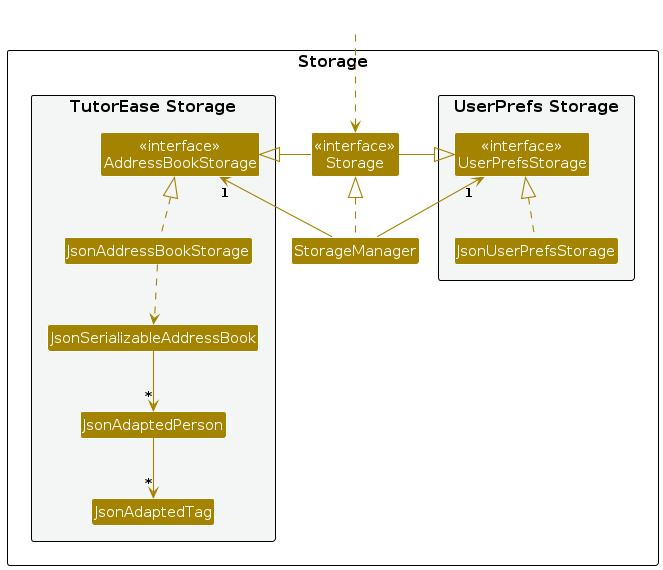
Before: diagrams/StorageClassDiagram.png, a diagram exported from PlantUML (AY2425S1-CS2103-F11-2/tp). Its source is kept beside it as diagrams/StorageClassDiagram.puml.
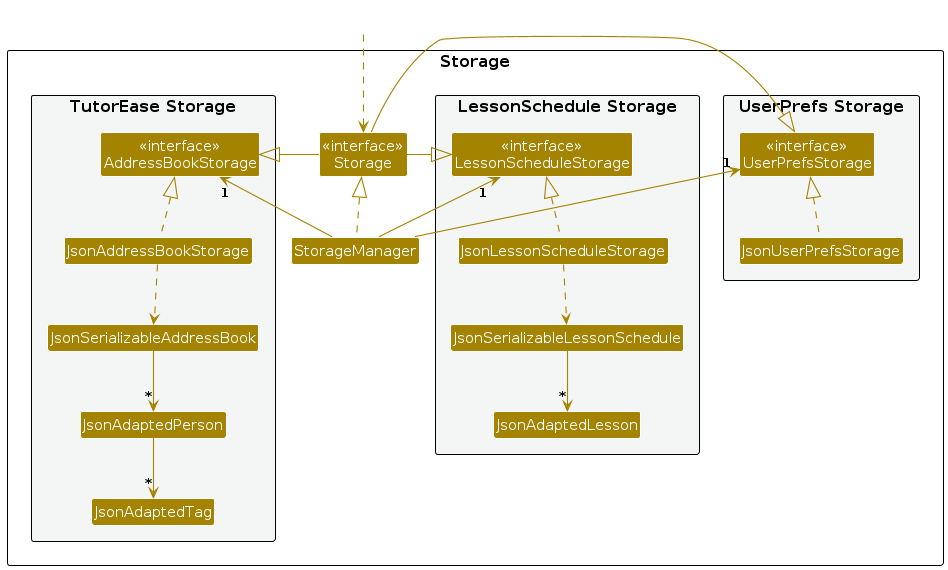
After the commit.

What changed in the source:
```diff
@@ -9,6 +9,13 @@
 package "UserPrefs Storage" #F4F6F6{
 Class "<<interface>>\nUserPrefsStorage" as UserPrefsStorage
 Class JsonUserPrefsStorage
+}
+
+package "LessonSchedule Storage" #F4F6F6{
+Class "<<interface>>\nLessonScheduleStorage" as LessonScheduleStorage
+class JsonLessonScheduleStorage
+class JsonSerializableLessonSchedule
+class JsonAdaptedLesson
 }
 
 Class "<<interface>>\nStorage" as Storage
@@ -30,9 +37,11 @@
 StorageManager .up.|> Storage
 StorageManager -up-> "1" UserPrefsStorage
 StorageManager -up-> "1" AddressBookStorage
+StorageManager -up-> "1" LessonScheduleStorage
 
 Storage -left-|> UserPrefsStorage
 Storage -right-|> AddressBookStorage
+Storage -right-|> LessonScheduleStorage
 
 JsonUserPrefsStorage .up.|> UserPrefsStorage
 JsonAddressBookStorage .up.|> AddressBookStorage
@@ -40,4 +49,8 @@
 JsonSerializableAddressBook --> "*" JsonAdaptedPerson
 JsonAdaptedPerson --> "*" JsonAdaptedTag
 
+JsonLessonScheduleStorage .up.|> LessonScheduleStorage
+JsonLessonScheduleStorage ..> JsonSerializableLessonSchedule
+JsonSerializableLessonSchedule --> "*" JsonAdaptedLesson
+
 @enduml
```
